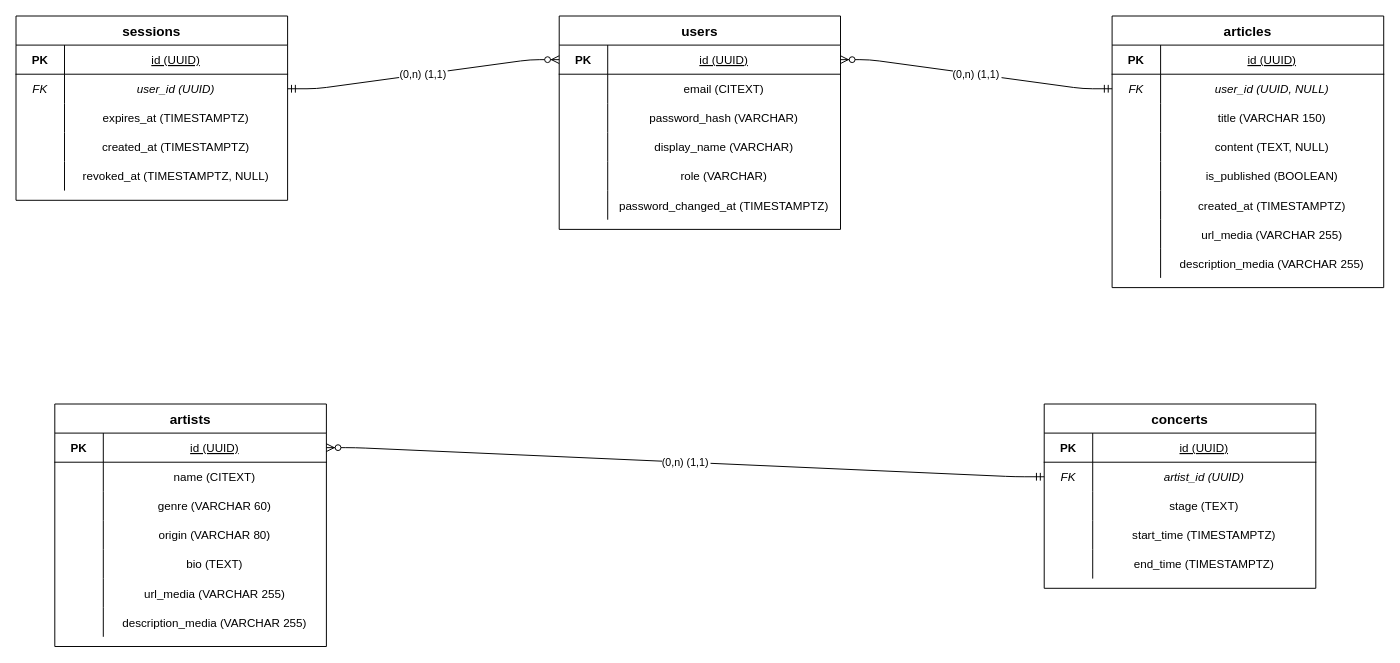
Earlier version of the draw.io diagram bd/mld_vindhellfest.drawio (aurelienrnd/FestApp). Source tidied: cells renumbered, new cells numbered last; positions are measured from the earlier drawing's top-left corner, leaving out a move shared by most shapes. Both pictures are drawn from the tidied source at 97%, with x=0, y=0 at pixel (16, 16).
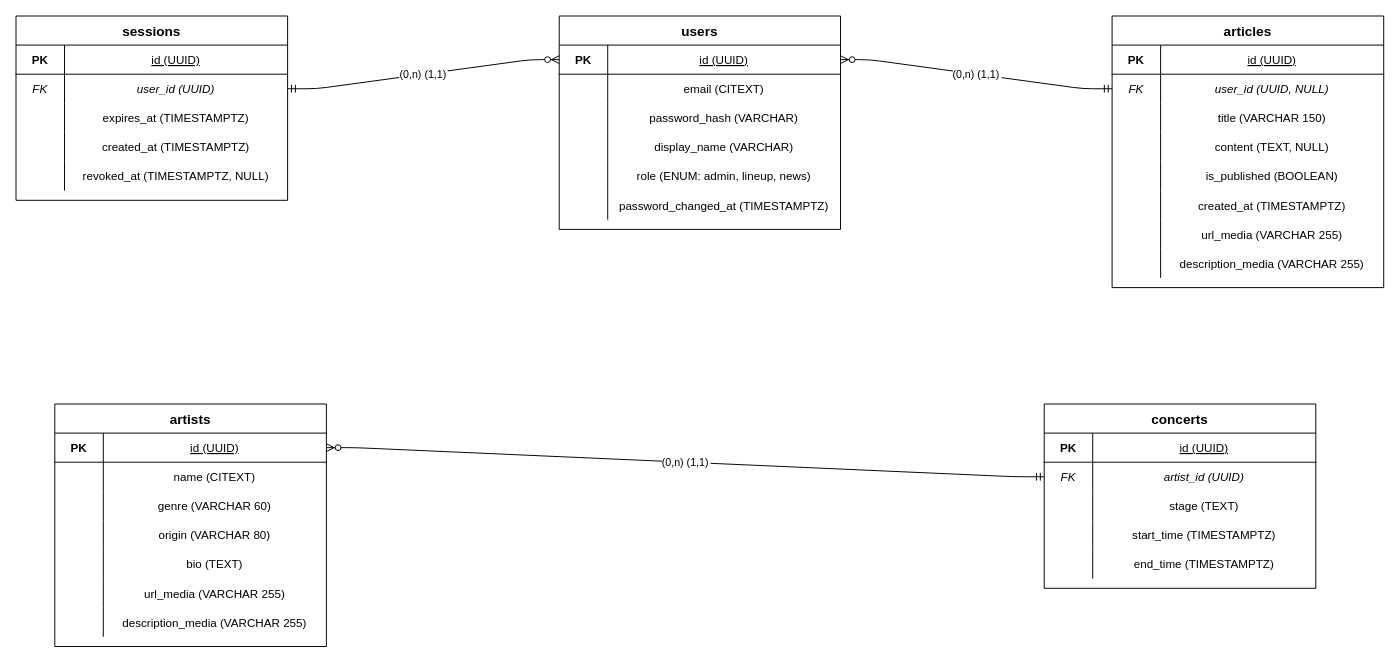
The same diagram, later.

The change refers to these unchanged cells:
```xml
<mxCell id="15" style="shape=tableRow;horizontal=0;startSize=0;swimlaneHead=0;swimlaneBody=0;fillColor=none;fontSize=12;top=0;left=0;right=0;bottom=0;" parent="2" vertex="1">
  <mxGeometry y="150" width="290" height="30" as="geometry" />
</mxCell>
```

Diff of the diagram source:
```diff
@@
-    <mxCell id="17" value="role (VARCHAR)" style="shape=partialRectangle;fillColor=none;top=0;left=0;bottom=0;right=0;overflow=hidden;" parent="15" vertex="1">
+    <mxCell id="17" value="role (ENUM: admin, lineup, news)" style="shape=partialRectangle;fillColor=none;top=0;left=0;bottom=0;right=0;overflow=hidden;" parent="15" vertex="1">
       <mxGeometry x="50" width="240" height="30" as="geometry" />
     </mxCell>
```
